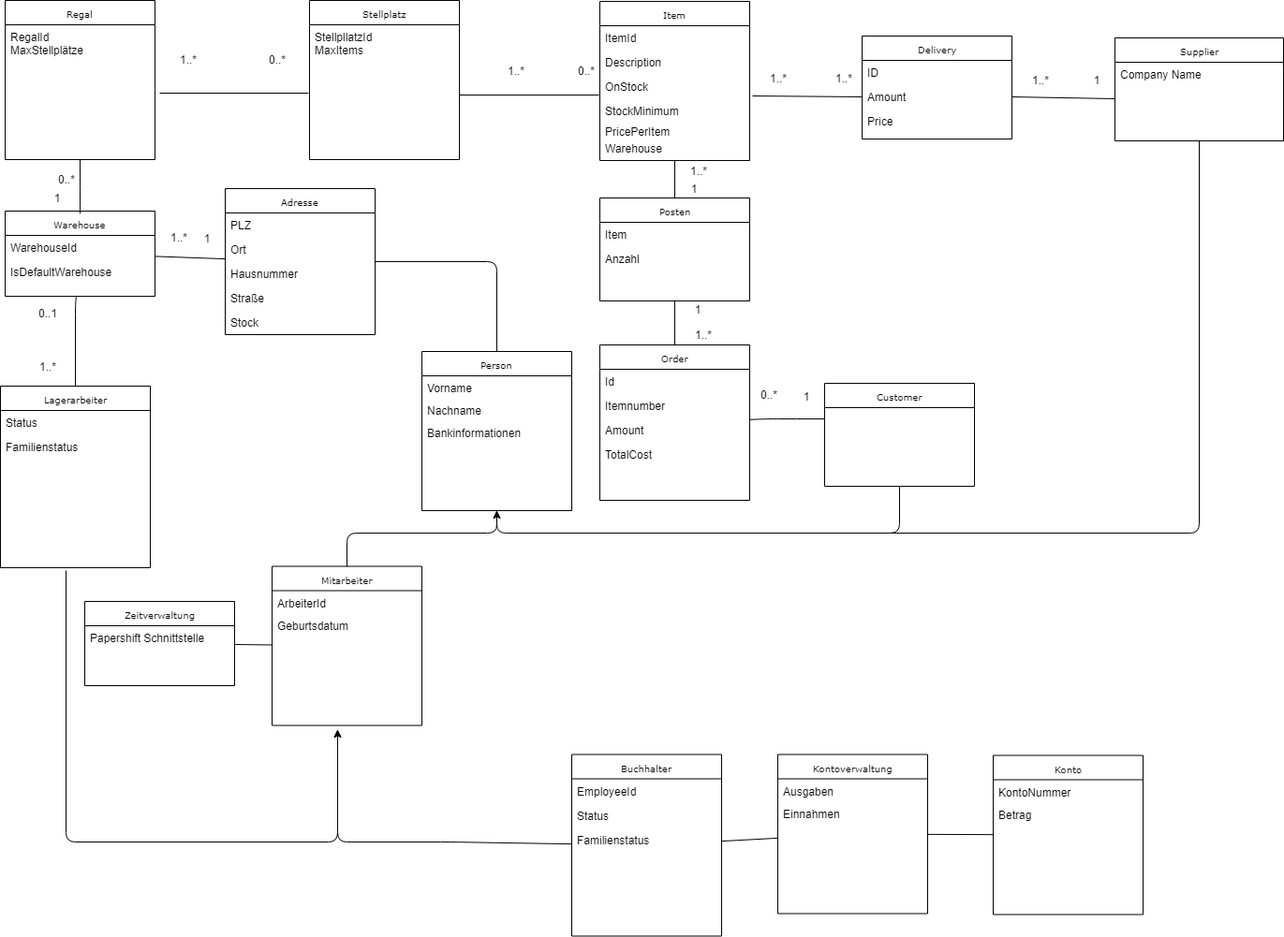
This is Klassendiagramm/Klassendiagramm.png from Klompara/ERP-Scrum, a draw.io export, as it was before one commit. Source tidied: cells renumbered, new cells last; positions are measured from the earlier drawing's top-left corner, leaving out a move shared by most shapes.
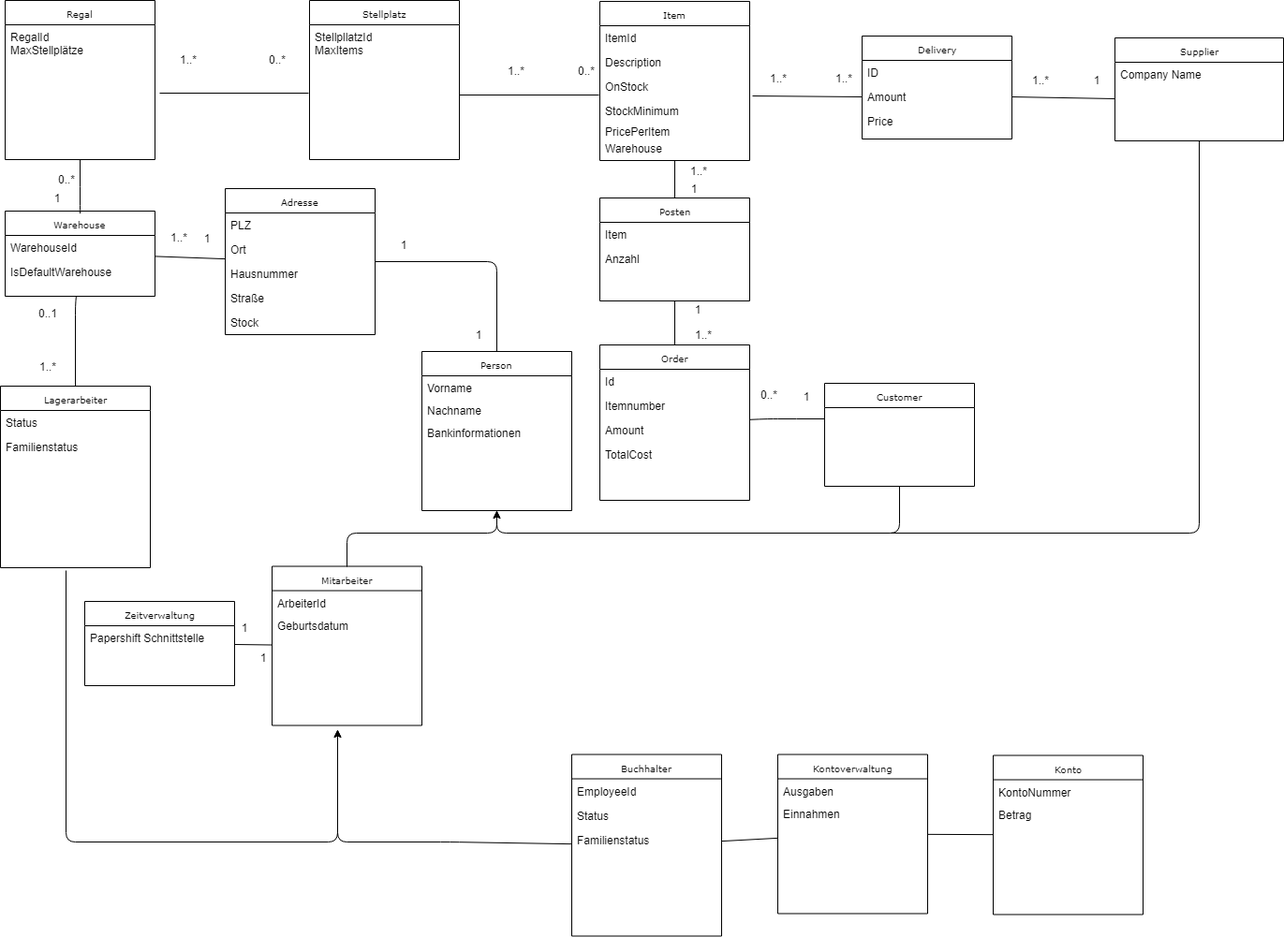
After the change.

The edit, as a diff of the source:
```diff
@@ -373,5 +373,17 @@
     <mxCell id="106" value="1" style="text;html=1;strokeColor=none;fillColor=none;align=center;verticalAlign=middle;whiteSpace=wrap;rounded=0;" parent="1" vertex="1">
       <mxGeometry x="724" y="320" width="40" height="20" as="geometry" />
     </mxCell>
+    <mxCell id="107" value="1" style="text;html=1;strokeColor=none;fillColor=none;align=center;verticalAlign=middle;whiteSpace=wrap;rounded=0;" parent="1" vertex="1">
+      <mxGeometry x="410" y="251" width="40" height="20" as="geometry" />
+    </mxCell>
+    <mxCell id="108" value="1" style="text;html=1;strokeColor=none;fillColor=none;align=center;verticalAlign=middle;whiteSpace=wrap;rounded=0;" parent="1" vertex="1">
+      <mxGeometry x="490" y="347" width="40" height="20" as="geometry" />
+    </mxCell>
+    <mxCell id="109" value="1" style="text;html=1;strokeColor=none;fillColor=none;align=center;verticalAlign=middle;whiteSpace=wrap;rounded=0;" parent="1" vertex="1">
+      <mxGeometry x="240" y="660" width="40" height="20" as="geometry" />
+    </mxCell>
+    <mxCell id="110" value="1" style="text;html=1;strokeColor=none;fillColor=none;align=center;verticalAlign=middle;whiteSpace=wrap;rounded=0;" parent="1" vertex="1">
+      <mxGeometry x="260" y="692" width="40" height="20" as="geometry" />
+    </mxCell>
   </root>
 </mxGraphModel>
```
